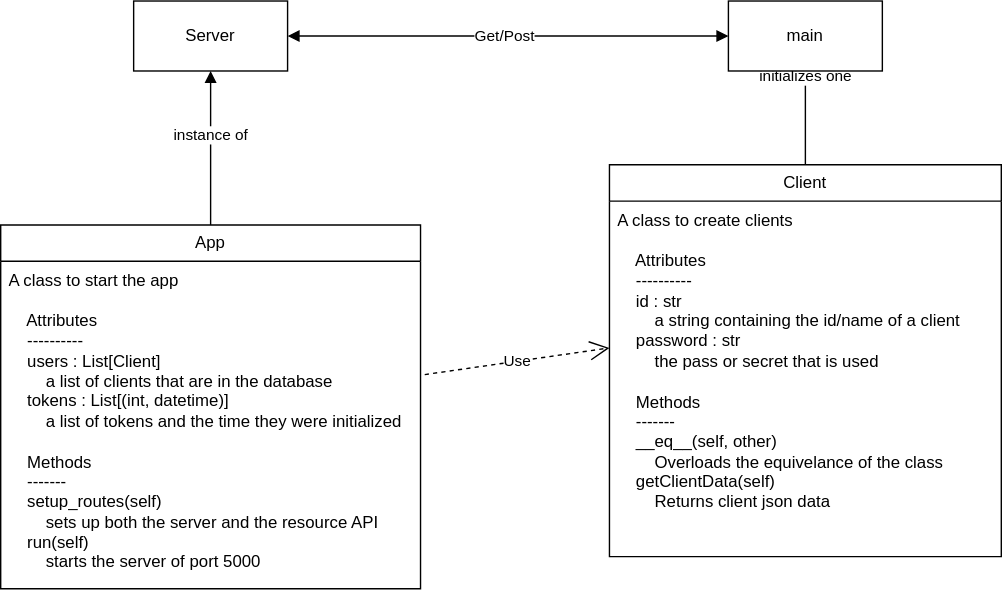
Above: HttpSim.svg in Alex-Lalov/HttpSim (draw.io), before the change. Source tidied: cells renumbered, new cells last; positions are measured from the earlier drawing's top-left corner, leaving out a move shared by most shapes.
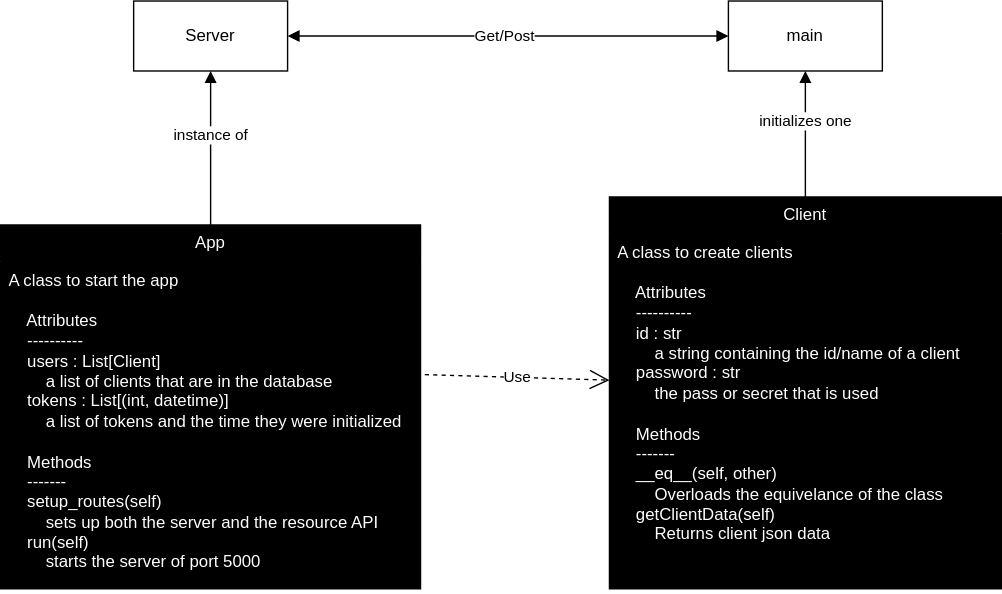
Later version of the same file.

Commit message:
Added white background to diagram

Change to the diagram source:
```diff
@@ -2,14 +2,14 @@
   <root>
     <mxCell id="0" />
     <mxCell id="1" parent="0" />
-    <mxCell id="2" value="App" style="swimlane;fontStyle=0;horizontal=1;startSize=26;fillColor=none;whiteSpace=wrap;html=1;" parent="1" vertex="1">
+    <mxCell id="2" value="App" style="swimlane;fontStyle=0;horizontal=1;startSize=26;fillColor=#000000;whiteSpace=wrap;html=1;fontColor=#FFFFFF;" parent="1" vertex="1">
       <mxGeometry y="160" width="300" height="260" as="geometry" />
     </mxCell>
-    <mxCell id="3" value="A class to start the app&lt;br&gt;&lt;br&gt;&amp;nbsp;&amp;nbsp;&amp;nbsp; Attributes&lt;br&gt;&amp;nbsp;&amp;nbsp;&amp;nbsp; ----------&lt;br&gt;&amp;nbsp;&amp;nbsp;&amp;nbsp; users : List[Client]&lt;br&gt;&amp;nbsp;&amp;nbsp;&amp;nbsp;&amp;nbsp;&amp;nbsp;&amp;nbsp;&amp;nbsp; a list of clients that are in the database&lt;br&gt;&amp;nbsp;&amp;nbsp;&amp;nbsp; tokens : List[(int, datetime)]&lt;br&gt;&amp;nbsp;&amp;nbsp;&amp;nbsp;&amp;nbsp;&amp;nbsp;&amp;nbsp;&amp;nbsp; a list of tokens and the time they were initialized&lt;br&gt;&lt;br&gt;&amp;nbsp;&amp;nbsp;&amp;nbsp; Methods&lt;br&gt;&amp;nbsp;&amp;nbsp;&amp;nbsp; -------&lt;br&gt;&amp;nbsp;&amp;nbsp;&amp;nbsp; setup_routes(self)&lt;br&gt;&amp;nbsp;&amp;nbsp;&amp;nbsp;&amp;nbsp;&amp;nbsp;&amp;nbsp;&amp;nbsp; sets up both the server and the resource API&lt;br&gt;&amp;nbsp;&amp;nbsp;&amp;nbsp; run(self)&lt;br&gt;&amp;nbsp;&amp;nbsp;&amp;nbsp;&amp;nbsp;&amp;nbsp;&amp;nbsp;&amp;nbsp; starts the server of port 5000" style="text;strokeColor=none;fillColor=none;align=left;verticalAlign=top;spacingLeft=4;spacingRight=4;overflow=hidden;points=[[0,0.5],[1,0.5]];portConstraint=eastwest;whiteSpace=wrap;html=1;" parent="2" vertex="1">
+    <mxCell id="3" value="A class to start the app&lt;br&gt;&lt;br&gt;&amp;nbsp;&amp;nbsp;&amp;nbsp; Attributes&lt;br&gt;&amp;nbsp;&amp;nbsp;&amp;nbsp; ----------&lt;br&gt;&amp;nbsp;&amp;nbsp;&amp;nbsp; users : List[Client]&lt;br&gt;&amp;nbsp;&amp;nbsp;&amp;nbsp;&amp;nbsp;&amp;nbsp;&amp;nbsp;&amp;nbsp; a list of clients that are in the database&lt;br&gt;&amp;nbsp;&amp;nbsp;&amp;nbsp; tokens : List[(int, datetime)]&lt;br&gt;&amp;nbsp;&amp;nbsp;&amp;nbsp;&amp;nbsp;&amp;nbsp;&amp;nbsp;&amp;nbsp; a list of tokens and the time they were initialized&lt;br&gt;&lt;br&gt;&amp;nbsp;&amp;nbsp;&amp;nbsp; Methods&lt;br&gt;&amp;nbsp;&amp;nbsp;&amp;nbsp; -------&lt;br&gt;&amp;nbsp;&amp;nbsp;&amp;nbsp; setup_routes(self)&lt;br&gt;&amp;nbsp;&amp;nbsp;&amp;nbsp;&amp;nbsp;&amp;nbsp;&amp;nbsp;&amp;nbsp; sets up both the server and the resource API&lt;br&gt;&amp;nbsp;&amp;nbsp;&amp;nbsp; run(self)&lt;br&gt;&amp;nbsp;&amp;nbsp;&amp;nbsp;&amp;nbsp;&amp;nbsp;&amp;nbsp;&amp;nbsp; starts the server of port 5000" style="text;strokeColor=none;fillColor=#000000;align=left;verticalAlign=top;spacingLeft=4;spacingRight=4;overflow=hidden;points=[[0,0.5],[1,0.5]];portConstraint=eastwest;whiteSpace=wrap;html=1;fontColor=#ffffff;" parent="2" vertex="1">
       <mxGeometry y="26" width="300" height="234" as="geometry" />
     </mxCell>
-    <mxCell id="4" value="Client" style="swimlane;fontStyle=0;horizontal=1;startSize=26;fillColor=none;whiteSpace=wrap;html=1;" parent="1" vertex="1">
-      <mxGeometry x="435" y="117" width="280" height="280" as="geometry" />
+    <mxCell id="4" value="Client" style="swimlane;fontStyle=0;horizontal=1;startSize=26;fillColor=#000000;whiteSpace=wrap;html=1;fontColor=#FFFFFF;strokeColor=#000000;" parent="1" vertex="1">
+      <mxGeometry x="435" y="140" width="280" height="280" as="geometry" />
     </mxCell>
     <mxCell id="5" value="initializes one" style="html=1;verticalAlign=bottom;endArrow=block;edgeStyle=elbowEdgeStyle;elbow=horizontal;curved=0;rounded=0;entryX=0.5;entryY=1;entryDx=0;entryDy=0;" parent="4" edge="1" target="8">
       <mxGeometry relative="1" as="geometry">
@@ -19,7 +19,7 @@
         </Array>
       </mxGeometry>
     </mxCell>
-    <mxCell id="6" value="A class to create clients&lt;br&gt;&lt;br&gt;&amp;nbsp;&amp;nbsp;&amp;nbsp; Attributes&lt;br&gt;&amp;nbsp;&amp;nbsp;&amp;nbsp; ----------&lt;br&gt;&amp;nbsp;&amp;nbsp;&amp;nbsp; id : str&lt;br&gt;&amp;nbsp;&amp;nbsp;&amp;nbsp;&amp;nbsp;&amp;nbsp;&amp;nbsp;&amp;nbsp; a string containing the id/name of a client&lt;br&gt;&amp;nbsp;&amp;nbsp;&amp;nbsp; password : str&lt;br&gt;&amp;nbsp;&amp;nbsp;&amp;nbsp;&amp;nbsp;&amp;nbsp;&amp;nbsp;&amp;nbsp; the pass or secret that is used&lt;br&gt;&lt;br&gt;&amp;nbsp;&amp;nbsp;&amp;nbsp; Methods&lt;br&gt;&amp;nbsp;&amp;nbsp;&amp;nbsp; -------&lt;br&gt;&amp;nbsp;&amp;nbsp;&amp;nbsp; __eq__(self, other)&lt;br&gt;&amp;nbsp;&amp;nbsp;&amp;nbsp;&amp;nbsp;&amp;nbsp;&amp;nbsp;&amp;nbsp; Overloads the equivelance of the class&lt;br&gt;&amp;nbsp;&amp;nbsp;&amp;nbsp; getClientData(self)&lt;br&gt;&amp;nbsp;&amp;nbsp;&amp;nbsp;&amp;nbsp;&amp;nbsp;&amp;nbsp;&amp;nbsp; Returns client json data" style="text;strokeColor=none;fillColor=none;align=left;verticalAlign=top;spacingLeft=4;spacingRight=4;overflow=hidden;points=[[0,0.5],[1,0.5]];portConstraint=eastwest;whiteSpace=wrap;html=1;" parent="4" vertex="1">
+    <mxCell id="6" value="A class to create clients&lt;br&gt;&lt;br&gt;&amp;nbsp;&amp;nbsp;&amp;nbsp; Attributes&lt;br&gt;&amp;nbsp;&amp;nbsp;&amp;nbsp; ----------&lt;br&gt;&amp;nbsp;&amp;nbsp;&amp;nbsp; id : str&lt;br&gt;&amp;nbsp;&amp;nbsp;&amp;nbsp;&amp;nbsp;&amp;nbsp;&amp;nbsp;&amp;nbsp; a string containing the id/name of a client&lt;br&gt;&amp;nbsp;&amp;nbsp;&amp;nbsp; password : str&lt;br&gt;&amp;nbsp;&amp;nbsp;&amp;nbsp;&amp;nbsp;&amp;nbsp;&amp;nbsp;&amp;nbsp; the pass or secret that is used&lt;br&gt;&lt;br&gt;&amp;nbsp;&amp;nbsp;&amp;nbsp; Methods&lt;br&gt;&amp;nbsp;&amp;nbsp;&amp;nbsp; -------&lt;br&gt;&amp;nbsp;&amp;nbsp;&amp;nbsp; __eq__(self, other)&lt;br&gt;&amp;nbsp;&amp;nbsp;&amp;nbsp;&amp;nbsp;&amp;nbsp;&amp;nbsp;&amp;nbsp; Overloads the equivelance of the class&lt;br&gt;&amp;nbsp;&amp;nbsp;&amp;nbsp; getClientData(self)&lt;br&gt;&amp;nbsp;&amp;nbsp;&amp;nbsp;&amp;nbsp;&amp;nbsp;&amp;nbsp;&amp;nbsp; Returns client json data" style="text;strokeColor=none;fillColor=#000000;align=left;verticalAlign=top;spacingLeft=4;spacingRight=4;overflow=hidden;points=[[0,0.5],[1,0.5]];portConstraint=eastwest;whiteSpace=wrap;html=1;fontColor=#FFFFFF;" parent="4" vertex="1">
       <mxGeometry y="26" width="280" height="254" as="geometry" />
     </mxCell>
     <mxCell id="7" value="Use" style="endArrow=open;endSize=12;dashed=1;html=1;rounded=0;entryX=0;entryY=0.413;entryDx=0;entryDy=0;entryPerimeter=0;exitX=1.01;exitY=0.346;exitDx=0;exitDy=0;exitPerimeter=0;" parent="1" edge="1" source="3" target="6">
```
